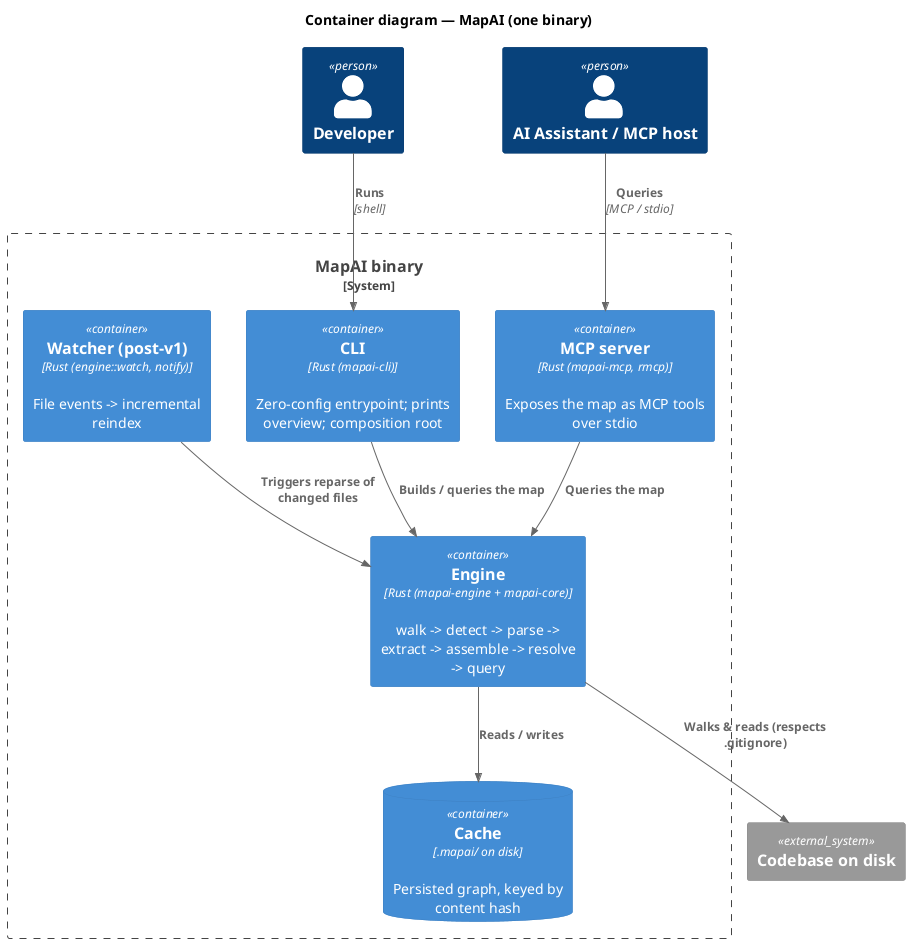
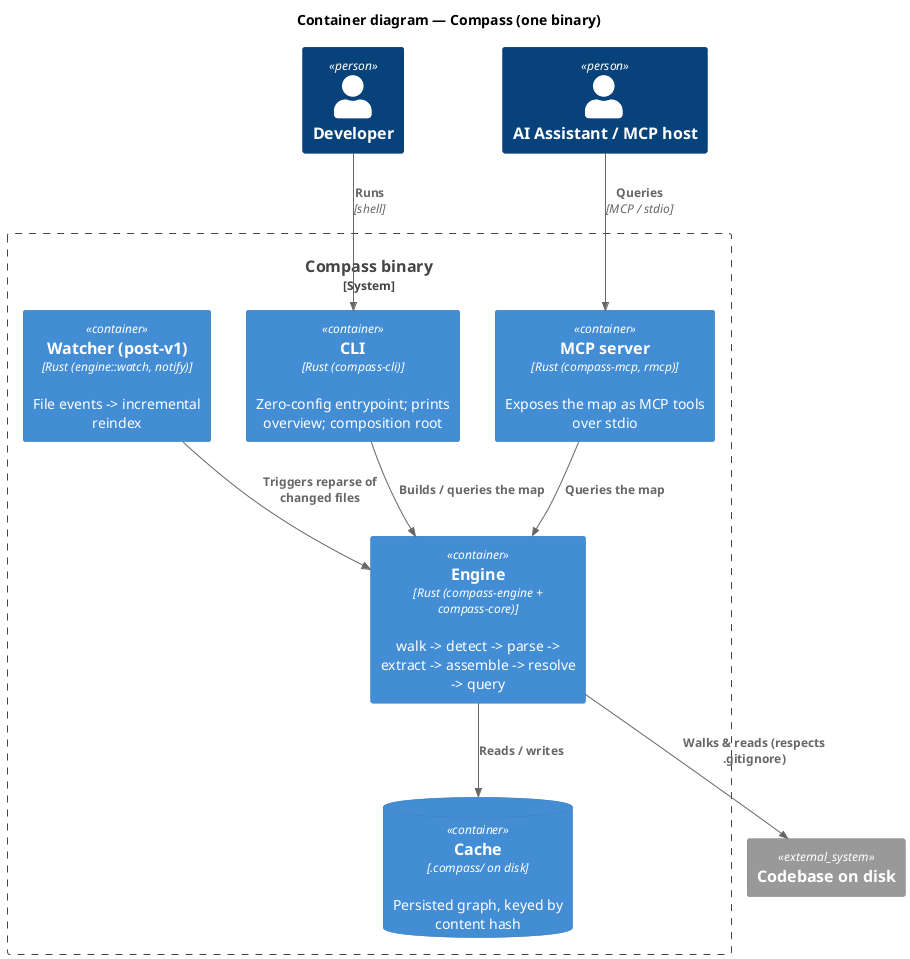
@startuml containers
' Embedded in docs/architecture/02-architecture.md — §3 Containers (C4 L2)
!include <C4/C4_Container>
- title Container diagram — MapAI (one binary)
+ title Container diagram — Compass (one binary)

Person(dev, "Developer")
Person(ai, "AI Assistant / MCP host")

- System_Boundary(mapai, "MapAI binary") {
-   Container(cli, "CLI", "Rust (mapai-cli)", "Zero-config entrypoint; prints overview; composition root")
-   Container(mcp, "MCP server", "Rust (mapai-mcp, rmcp)", "Exposes the map as MCP tools over stdio")
+ System_Boundary(compass, "Compass binary") {
+   Container(cli, "CLI", "Rust (compass-cli)", "Zero-config entrypoint; prints overview; composition root")
+   Container(mcp, "MCP server", "Rust (compass-mcp, rmcp)", "Exposes the map as MCP tools over stdio")
  Container(watch, "Watcher (post-v1)", "Rust (engine::watch, notify)", "File events -> incremental reindex")
-   Container(engine, "Engine", "Rust (mapai-engine + mapai-core)", "walk -> detect -> parse -> extract -> assemble -> resolve -> query")
-   ContainerDb(cache, "Cache", ".mapai/ on disk", "Persisted graph, keyed by content hash")
+   Container(engine, "Engine", "Rust (compass-engine + compass-core)", "walk -> detect -> parse -> extract -> assemble -> resolve -> query")
+   ContainerDb(cache, "Cache", ".compass/ on disk", "Persisted graph, keyed by content hash")
}

System_Ext(repo, "Codebase on disk")

Rel(dev, cli, "Runs", "shell")
Rel(ai, mcp, "Queries", "MCP / stdio")
Rel(cli, engine, "Builds / queries the map")
Rel(mcp, engine, "Queries the map")
Rel(watch, engine, "Triggers reparse of changed files")
Rel(engine, repo, "Walks & reads (respects .gitignore)")
Rel(engine, cache, "Reads / writes")

@enduml
